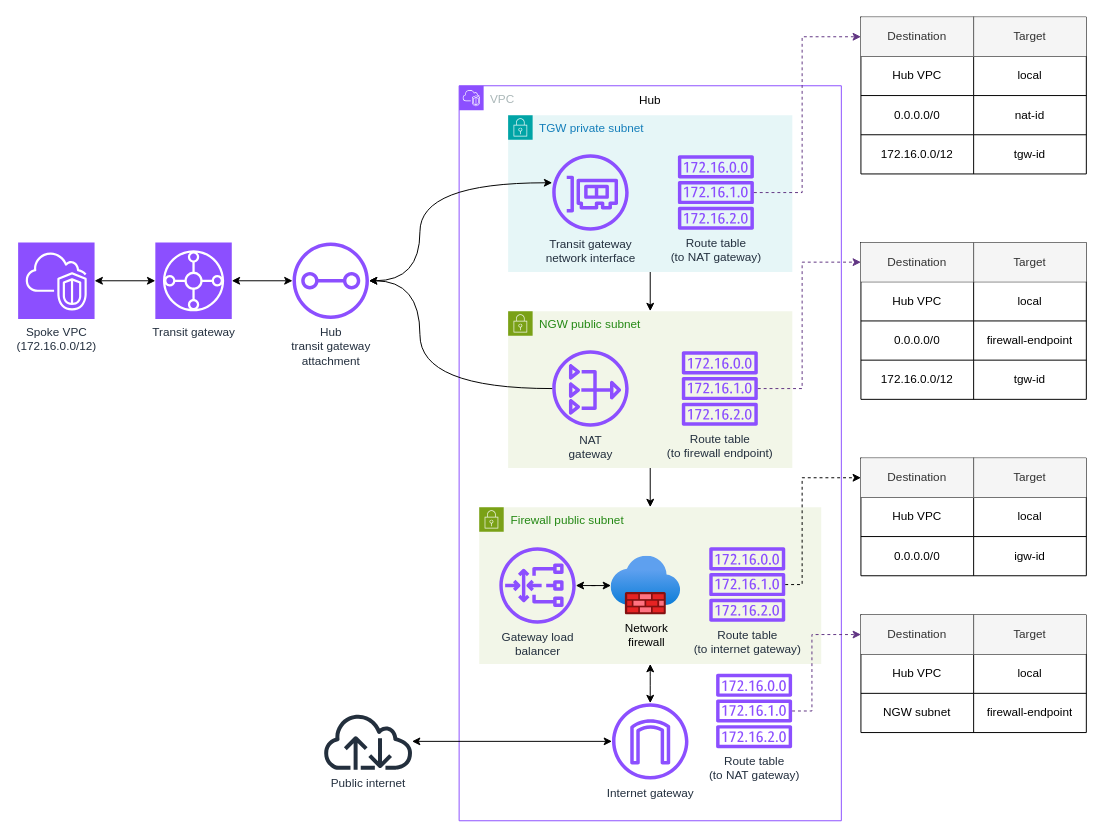
Above: assets/images/portfolio/hubandspoke/raw/hub-network-details.drawio in gmarti-web/gmarti-web.github.io (draw.io), before the change. Source tidied: cells renumbered, new cells numbered last; positions are measured from the earlier drawing's top-left corner, leaving out a move shared by most shapes. Both pictures are drawn from the tidied source at 98%, with x=0, y=0 at pixel (18, 17).
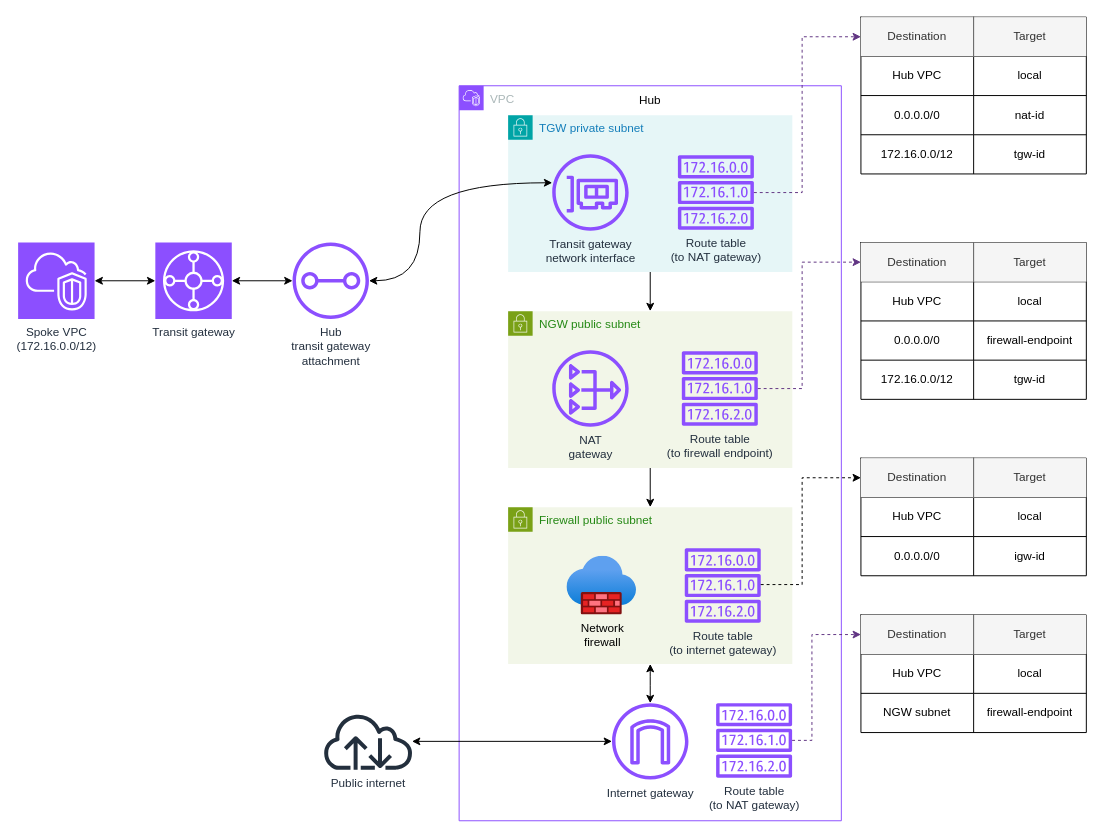
Above is the later version.

The change refers to these unchanged cells:
```xml
<mxCell id="2" value="VPC" style="gradientColor=none;html=1;whiteSpace=wrap;fontSize=12;fontStyle=0;shape=mxgraph.aws4.group;grIcon=mxgraph.aws4.group_vpc2;strokeColor=#8C4FFF;fillColor=none;verticalAlign=top;align=left;spacingLeft=30;fontColor=#AAB7B8;dashed=0;" parent="1" vertex="1">
  <mxGeometry x="450" y="70" width="390" height="750" as="geometry" />
</mxCell>
<mxCell id="9" value="&lt;div&gt;NAT&lt;/div&gt;&lt;div&gt;gateway&lt;/div&gt;" style="sketch=0;outlineConnect=0;fontColor=#232F3E;gradientColor=none;fillColor=#8C4FFF;strokeColor=none;dashed=0;verticalLabelPosition=bottom;verticalAlign=top;align=center;html=1;fontSize=12;fontStyle=0;shape=mxgraph.aws4.nat_gateway;" parent="8" vertex="1">
  <mxGeometry x="45" y="40" width="78" height="78" as="geometry" />
</mxCell>
<mxCell id="64" style="shape=tableRow;horizontal=0;startSize=0;swimlaneHead=0;swimlaneBody=0;strokeColor=inherit;top=0;left=0;bottom=0;right=0;fillColor=none;points=[[0,0.5],[1,0.5]];portConstraint=eastwest;" parent="63" vertex="1">
  <mxGeometry width="230" height="40" as="geometry" />
</mxCell>
<mxCell id="76" value="&lt;div&gt;Hub&lt;/div&gt;&lt;div&gt;transit gateway&lt;/div&gt;&lt;div&gt;attachment&lt;/div&gt;" style="sketch=0;outlineConnect=0;fontColor=#232F3E;gradientColor=none;fillColor=#8C4FFF;strokeColor=none;dashed=0;verticalLabelPosition=bottom;verticalAlign=top;align=center;html=1;fontSize=12;fontStyle=0;shape=mxgraph.aws4.transit_gateway_attachment;" parent="1" vertex="1">
  <mxGeometry x="280" y="230" width="78" height="78" as="geometry" />
</mxCell>
```

Change to the diagram source:
```diff
@@
     <mxCell id="11" value="Firewall public subnet" style="points=[[0,0],[0.25,0],[0.5,0],[0.75,0],[1,0],[1,0.25],[1,0.5],[1,0.75],[1,1],[0.75,1],[0.5,1],[0.25,1],[0,1],[0,0.75],[0,0.5],[0,0.25]];outlineConnect=0;gradientColor=none;html=1;whiteSpace=wrap;fontSize=12;fontStyle=0;shape=mxgraph.aws4.group;grIcon=mxgraph.aws4.group_security_group;grStroke=0;strokeColor=#7AA116;fillColor=#F2F6E8;verticalAlign=top;align=left;spacingLeft=30;fontColor=#248814;dashed=0;" parent="2" vertex="1">
-      <mxGeometry x="20.5" y="430" width="349" height="160" as="geometry" />
+      <mxGeometry x="50" y="430" width="290" height="160" as="geometry" />
     </mxCell>
-    <mxCell id="12" style="edgeStyle=orthogonalEdgeStyle;rounded=0;jettySize=auto;html=1;startArrow=classic;startFill=1;" parent="11" edge="1" source="13" target="14">
-      <mxGeometry relative="1" as="geometry" />
-    </mxCell>
     <mxCell id="13" value="&lt;div&gt;Network&lt;/div&gt;&lt;div&gt;firewall&lt;/div&gt;" style="image;html=1;points=[];align=center;fontSize=12;image=img/lib/azure2/networking/Firewalls.svg;labelBackgroundColor=light-dark(#f2f6e8, #ededed);" parent="11" vertex="1">
-      <mxGeometry x="134.5" y="50" width="71" height="60" as="geometry" />
+      <mxGeometry x="60" y="50" width="71" height="60" as="geometry" />
     </mxCell>
-    <mxCell id="14" value="&lt;div&gt;Gateway load&lt;/div&gt;&lt;div&gt;balancer&lt;/div&gt;" style="sketch=0;outlineConnect=0;fontColor=#232F3E;gradientColor=none;fillColor=#8C4FFF;strokeColor=none;dashed=0;verticalLabelPosition=bottom;verticalAlign=top;align=center;html=1;fontSize=12;fontStyle=0;shape=mxgraph.aws4.gateway_load_balancer;" parent="11" vertex="1">
-      <mxGeometry x="20.5" y="41" width="78" height="78" as="geometry" />
-    </mxCell>
     <mxCell id="15" value="&lt;div&gt;Route table&lt;/div&gt;&lt;div&gt;(to internet gateway)&lt;/div&gt;" style="sketch=0;outlineConnect=0;fontColor=#232F3E;gradientColor=none;fillColor=#8C4FFF;strokeColor=none;dashed=0;verticalLabelPosition=bottom;verticalAlign=top;align=center;html=1;fontSize=12;fontStyle=0;shape=mxgraph.aws4.route_table;" parent="11" vertex="1">
-      <mxGeometry x="234.5" y="41" width="78" height="76" as="geometry" />
+      <mxGeometry x="180" y="42" width="78" height="76" as="geometry" />
     </mxCell>
@@
     <mxCell id="19" value="&lt;div&gt;Route table&lt;/div&gt;&lt;div&gt;(to NAT gateway)&lt;/div&gt;" style="sketch=0;outlineConnect=0;fontColor=#232F3E;gradientColor=none;fillColor=#8C4FFF;strokeColor=none;dashed=0;verticalLabelPosition=bottom;verticalAlign=top;align=center;html=1;fontSize=12;fontStyle=0;shape=mxgraph.aws4.route_table;" parent="2" vertex="1">
-      <mxGeometry x="262" y="600" width="78" height="76" as="geometry" />
+      <mxGeometry x="262" y="630" width="78" height="76" as="geometry" />
     </mxCell>
@@
     <mxCell id="73" style="edgeStyle=orthogonalEdgeStyle;rounded=0;jettySize=auto;html=1;dashed=1;strokeColor=light-dark(#613583, #ededed);" parent="1" edge="1" source="19" target="64">
       <mxGeometry relative="1" as="geometry">
         <Array as="points">
-          <mxPoint x="810" y="708" />
+          <mxPoint x="810" y="738" />
           <mxPoint x="810" y="630" />
         </Array>
       </mxGeometry>
     </mxCell>
@@
-    <mxCell id="75" style="edgeStyle=orthogonalEdgeStyle;rounded=0;jettySize=auto;html=1;curved=1;" parent="1" edge="1" source="9" target="76">
-      <mxGeometry relative="1" as="geometry">
-        <Array as="points">
-          <mxPoint x="410" y="379" />
-          <mxPoint x="410" y="269" />
-        </Array>
-      </mxGeometry>
-    </mxCell>
```
